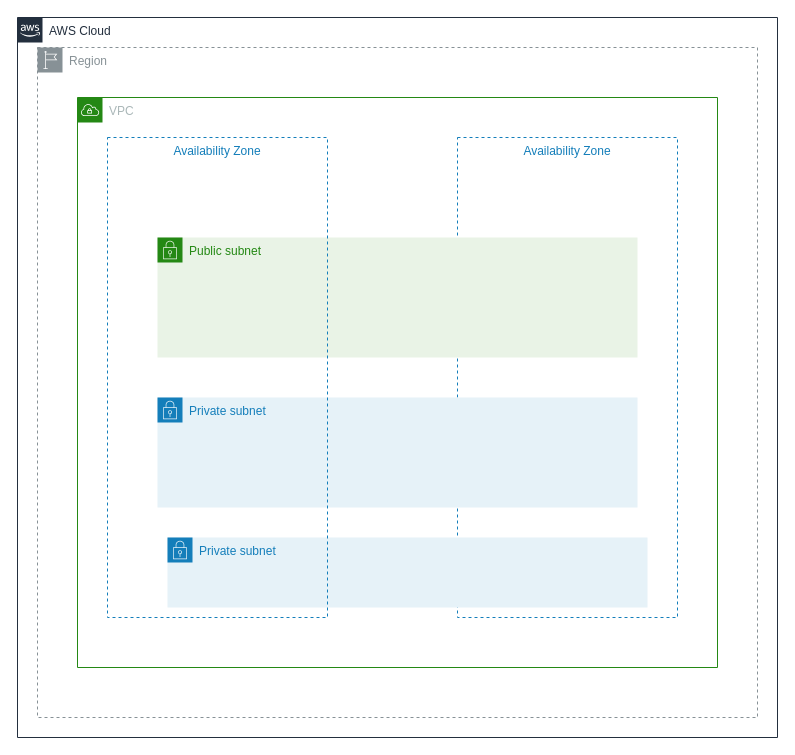
Before: Untitled Diagram.drawio in Xabiere-Designs/Level-Up, a draw.io diagram. Source tidied: cells renumbered, new cells numbered last; positions are measured from the earlier drawing's top-left corner, leaving out a move shared by most shapes. Both pictures are drawn from the tidied source at 100%, with x=0, y=0 at pixel (17, 17).
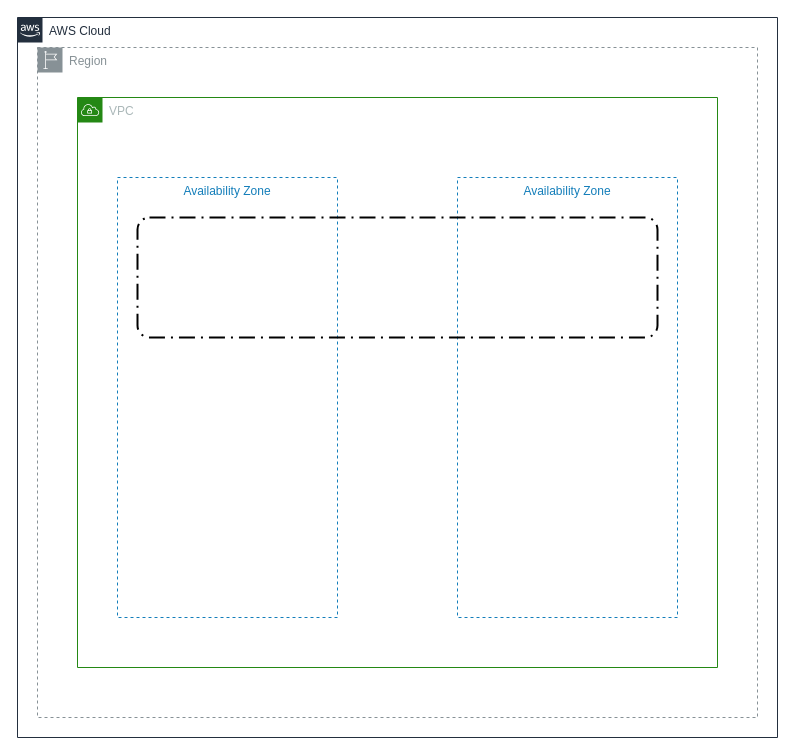
Above is the later version.

Commit message:
3-Tier Web Application

Change to the diagram source:
```diff
@@
 <mxGraphModel>
   <root>
     <mxCell id="0" />
     <mxCell id="1" parent="0" />
     <mxCell id="2" value="AWS Cloud" style="gradientColor=none;html=1;whiteSpace=wrap;fontSize=12;fontStyle=0;shape=mxgraph.aws4.group;grIcon=mxgraph.aws4.group_aws_cloud_alt;strokeColor=#232F3E;fillColor=none;verticalAlign=top;align=left;spacingLeft=30;fontColor=#232F3E;dashed=0;" parent="1" vertex="1">
       <mxGeometry width="760" height="720" as="geometry" />
     </mxCell>
     <mxCell id="3" value="Region" style="sketch=0;gradientColor=none;html=1;whiteSpace=wrap;fontSize=12;fontStyle=0;shape=mxgraph.aws4.group;grIcon=mxgraph.aws4.group_region;strokeColor=#879196;fillColor=none;verticalAlign=top;align=left;spacingLeft=30;fontColor=#879196;dashed=1;" parent="1" vertex="1">
       <mxGeometry x="20" y="30" width="720" height="670" as="geometry" />
     </mxCell>
     <mxCell id="4" value="VPC" style="gradientColor=none;html=1;whiteSpace=wrap;fontSize=12;fontStyle=0;shape=mxgraph.aws4.group;grIcon=mxgraph.aws4.group_vpc;strokeColor=#248814;fillColor=none;verticalAlign=top;align=left;spacingLeft=30;fontColor=#AAB7B8;dashed=0;" parent="1" vertex="1">
       <mxGeometry x="60" y="80" width="640" height="570" as="geometry" />
     </mxCell>
+    <mxCell id="9" value="Availability Zone" style="fillColor=none;strokeColor=#147EBA;dashed=1;verticalAlign=top;fontStyle=0;fontColor=#147EBA;whiteSpace=wrap;html=1;" parent="1" vertex="1">
+      <mxGeometry x="100" y="160" width="220" height="440" as="geometry" />
+    </mxCell>
     <mxCell id="5" value="Availability Zone" style="fillColor=none;strokeColor=#147EBA;dashed=1;verticalAlign=top;fontStyle=0;fontColor=#147EBA;whiteSpace=wrap;html=1;" parent="1" vertex="1">
-      <mxGeometry x="440" y="120" width="220" height="480" as="geometry" />
+      <mxGeometry x="440" y="160" width="220" height="440" as="geometry" />
     </mxCell>
-    <mxCell id="6" value="Public subnet" style="gradientColor=none;html=1;whiteSpace=wrap;fontSize=12;fontStyle=0;shape=mxgraph.aws4.group;grIcon=mxgraph.aws4.group_security_group;grStroke=0;strokeColor=#248814;fillColor=#E9F3E6;verticalAlign=top;align=left;spacingLeft=30;fontColor=#248814;dashed=0;" parent="1" vertex="1">
-      <mxGeometry x="140" y="220" width="480" height="120" as="geometry" />
-    </mxCell>
-    <mxCell id="7" value="Private subnet" style="gradientColor=none;html=1;whiteSpace=wrap;fontSize=12;fontStyle=0;shape=mxgraph.aws4.group;grIcon=mxgraph.aws4.group_security_group;grStroke=0;strokeColor=#147EBA;fillColor=#E6F2F8;verticalAlign=top;align=left;spacingLeft=30;fontColor=#147EBA;dashed=0;" parent="1" vertex="1">
-      <mxGeometry x="140" y="380" width="480" height="110" as="geometry" />
-    </mxCell>
-    <mxCell id="8" value="Private subnet" style="gradientColor=none;html=1;whiteSpace=wrap;fontSize=12;fontStyle=0;shape=mxgraph.aws4.group;grIcon=mxgraph.aws4.group_security_group;grStroke=0;strokeColor=#147EBA;fillColor=#E6F2F8;verticalAlign=top;align=left;spacingLeft=30;fontColor=#147EBA;dashed=0;" parent="1" vertex="1">
-      <mxGeometry x="150" y="520" width="480" height="70" as="geometry" />
-    </mxCell>
-    <mxCell id="9" value="Availability Zone" style="fillColor=none;strokeColor=#147EBA;dashed=1;verticalAlign=top;fontStyle=0;fontColor=#147EBA;whiteSpace=wrap;html=1;" parent="1" vertex="1">
-      <mxGeometry x="90" y="120" width="220" height="480" as="geometry" />
-    </mxCell>
+    <mxCell id="10" style="rounded=1;arcSize=10;dashed=1;fillColor=none;gradientColor=none;dashPattern=8 3 1 3;strokeWidth=2;" parent="1" vertex="1">
+      <mxGeometry x="120" y="200" width="520" height="120" as="geometry" />
+    </mxCell>
   </root>
 </mxGraphModel>
```
